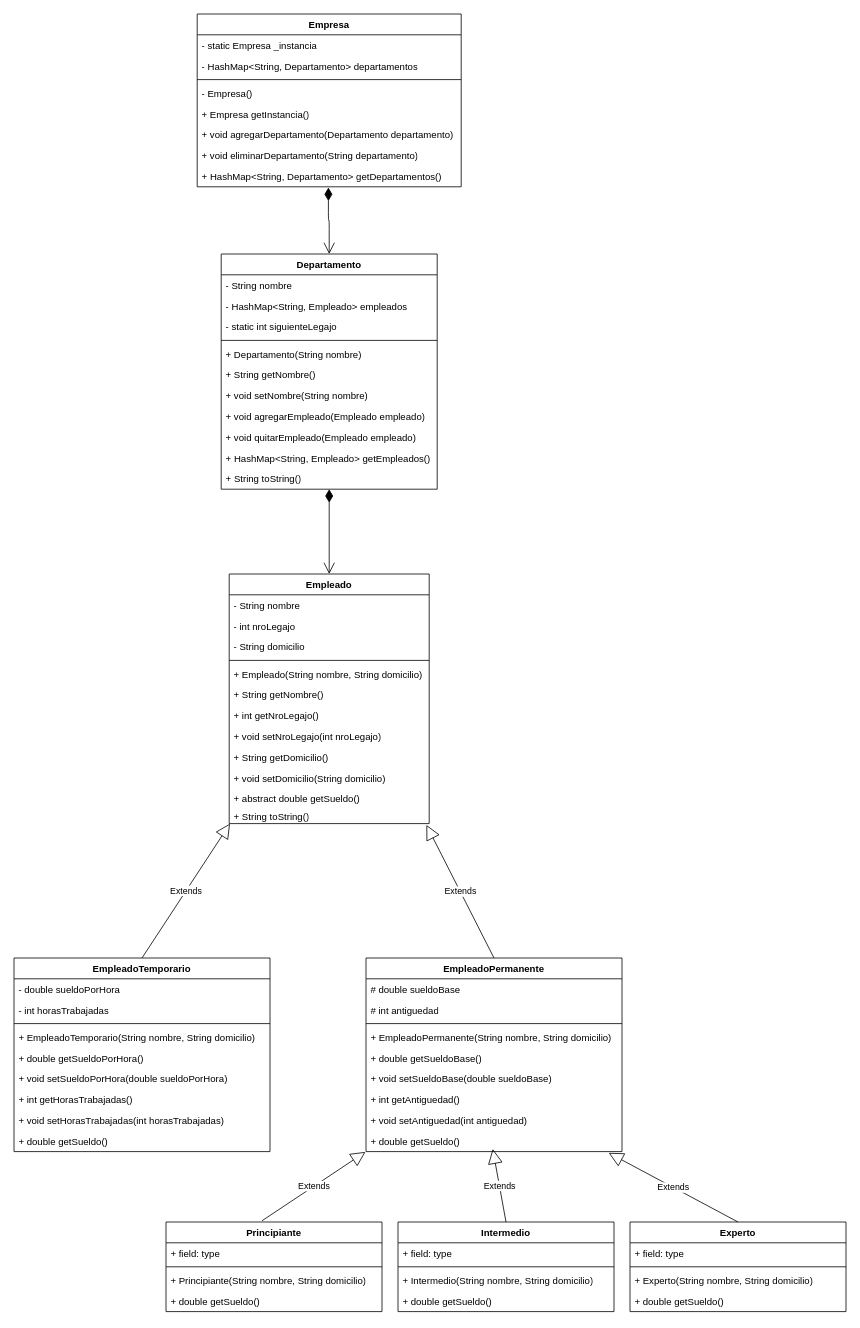
Above: TP 3/Ejercicio4/diagrama.drawio in carluandraster/Progra-3-Java (draw.io), before the change. Source tidied: cells renumbered, new cells numbered last; positions are measured from the earlier drawing's top-left corner, leaving out a move shared by most shapes. Both pictures are drawn from the tidied source at 80%, with x=0, y=0 at pixel (14, 14).
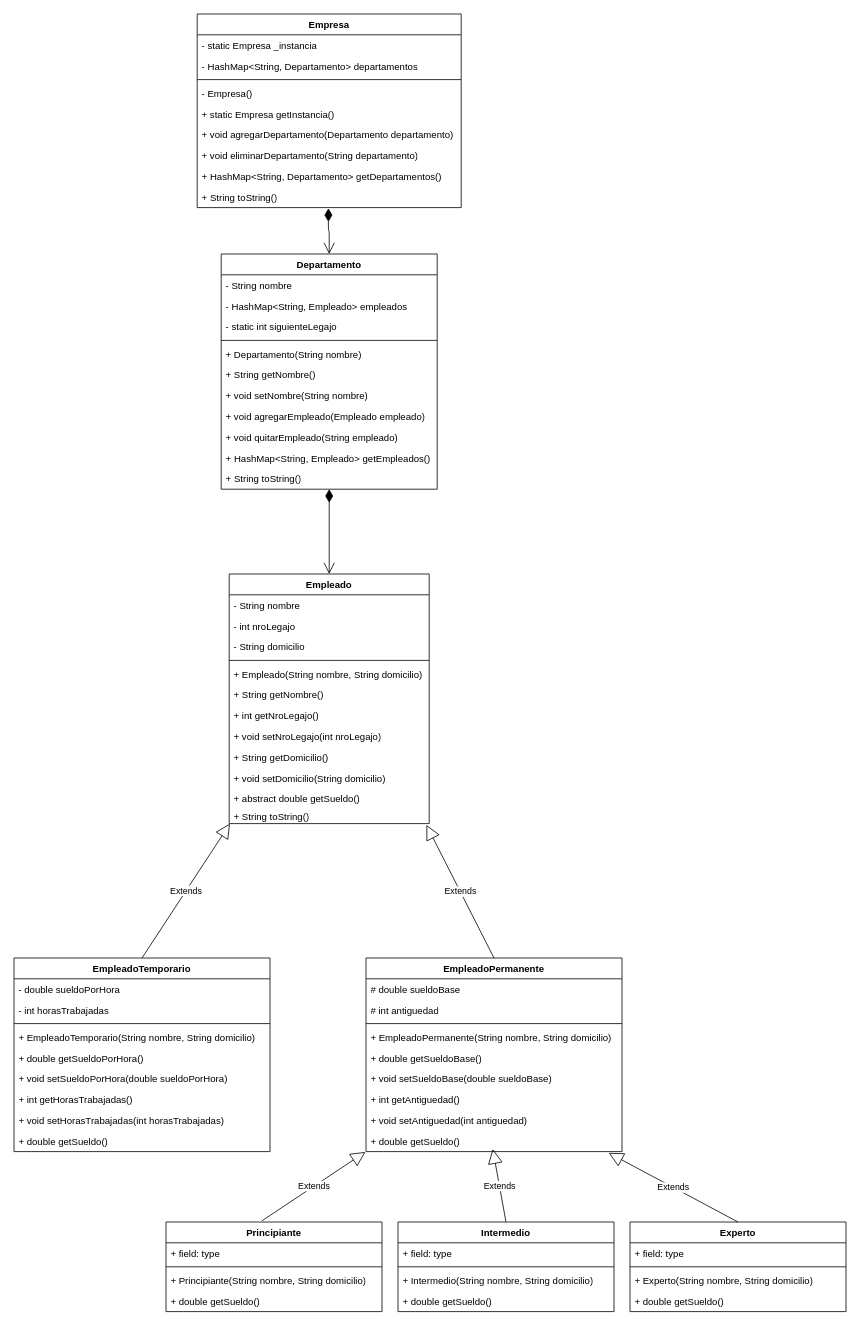
The same diagram, later.

Unchanged cells that the change refers to:
```xml
<mxCell id="11" value="Departamento" style="swimlane;fontStyle=1;align=center;verticalAlign=top;horizontal=1;startSize=26;whiteSpace=wrap;html=1;" parent="1" vertex="1">
  <mxGeometry x="259" y="300" width="270" height="294" as="geometry" />
</mxCell>
```

What changed in the source:
```diff
@@
     <mxCell id="2" value="Empresa" style="swimlane;fontStyle=1;align=center;verticalAlign=top;horizontal=1;startSize=26;whiteSpace=wrap;html=1;" parent="1" vertex="1">
-      <mxGeometry x="229" width="330" height="216" as="geometry" />
+      <mxGeometry x="229" width="330" height="242" as="geometry" />
     </mxCell>
@@
-    <mxCell id="7" value="+ Empresa getInstancia()" style="text;strokeColor=none;fillColor=none;align=left;verticalAlign=top;spacingLeft=4;spacingRight=4;overflow=hidden;whiteSpace=wrap;html=1;" parent="2" vertex="1">
+    <mxCell id="7" value="+ static Empresa getInstancia()" style="text;strokeColor=none;fillColor=none;align=left;verticalAlign=top;spacingLeft=4;spacingRight=4;overflow=hidden;whiteSpace=wrap;html=1;" parent="2" vertex="1">
       <mxGeometry y="112" width="330" height="26" as="geometry" />
     </mxCell>
@@
+    <mxCell id="78" value="+&amp;nbsp;&lt;span style=&quot;color: rgb(0, 0, 0);&quot;&gt;HashMap&amp;lt;String, Departamento&amp;gt; getDepartamentos()&lt;/span&gt;" style="text;strokeColor=none;fillColor=none;align=left;verticalAlign=top;spacingLeft=4;spacingRight=4;overflow=hidden;whiteSpace=wrap;html=1;" parent="2" vertex="1">
+      <mxGeometry y="190" width="330" height="26" as="geometry" />
+    </mxCell>
-    <mxCell id="10" value="+&amp;nbsp;&lt;span style=&quot;color: rgb(0, 0, 0);&quot;&gt;HashMap&amp;lt;String, Departamento&amp;gt; getDepartamentos()&lt;/span&gt;" style="text;strokeColor=none;fillColor=none;align=left;verticalAlign=top;spacingLeft=4;spacingRight=4;overflow=hidden;points=[[0,0.5],[1,0.5]];portConstraint=eastwest;whiteSpace=wrap;html=1;" parent="2" vertex="1">
-      <mxGeometry y="190" width="330" height="26" as="geometry" />
+    <mxCell id="10" value="+&amp;nbsp;&lt;span style=&quot;color: rgb(0, 0, 0);&quot;&gt;String toString()&lt;/span&gt;" style="text;strokeColor=none;fillColor=none;align=left;verticalAlign=top;spacingLeft=4;spacingRight=4;overflow=hidden;points=[[0,0.5],[1,0.5]];portConstraint=eastwest;whiteSpace=wrap;html=1;" parent="2" vertex="1">
+      <mxGeometry y="216" width="330" height="26" as="geometry" />
     </mxCell>
@@
-    <mxCell id="20" value="+ void quitarEmpleado(Empleado empleado)" style="text;strokeColor=none;fillColor=none;align=left;verticalAlign=top;spacingLeft=4;spacingRight=4;overflow=hidden;whiteSpace=wrap;html=1;" parent="11" vertex="1">
+    <mxCell id="20" value="+ void quitarEmpleado(String empleado)" style="text;strokeColor=none;fillColor=none;align=left;verticalAlign=top;spacingLeft=4;spacingRight=4;overflow=hidden;whiteSpace=wrap;html=1;" parent="11" vertex="1">
       <mxGeometry y="216" width="270" height="26" as="geometry" />
     </mxCell>
```
